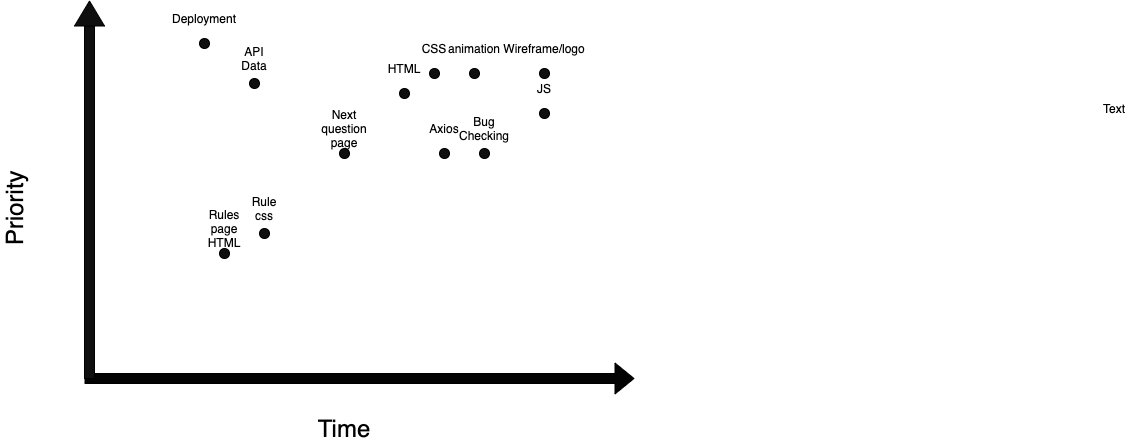
Earlier version of the draw.io export assets/Diagram.png (drachen2299/QUIZ-ard). Source tidied: cells renumbered, new cells last; positions are measured from the earlier drawing's top-left corner, leaving out a move shared by most shapes.
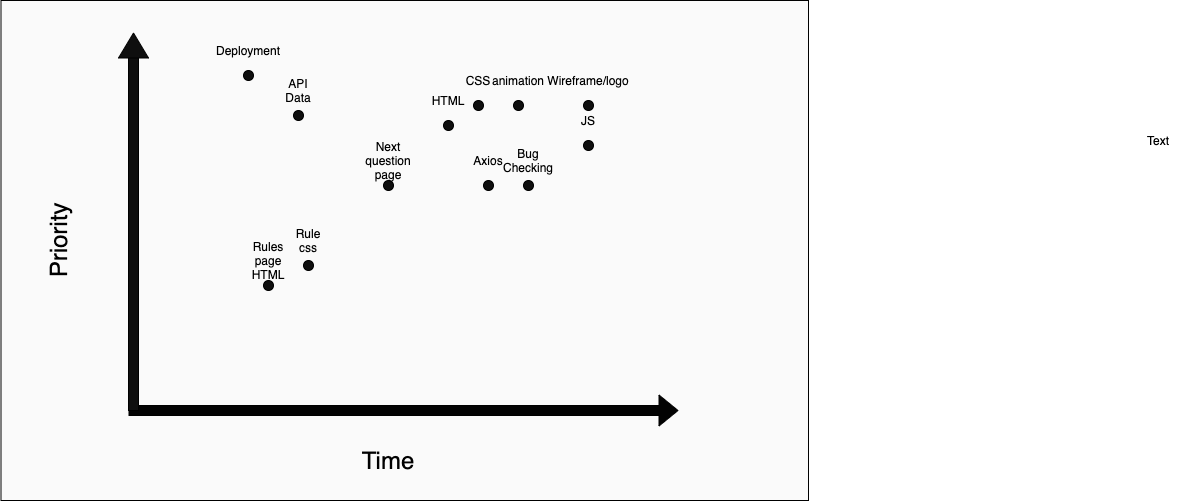
Above is the later version.

Commit message:
priority matrix fix

What changed in the source:
```diff
@@ -2,6 +2,9 @@
   <root>
     <mxCell id="0" />
     <mxCell id="1" parent="0" />
+    <mxCell id="42" style="rounded=0;whiteSpace=wrap;html=1;fillColor=#FAFAFA;" parent="1" vertex="1">
+      <mxGeometry x="-37.5" y="-30" width="807.5" height="500" as="geometry" />
+    </mxCell>
     <mxCell id="2" style="shape=flexArrow;endArrow=classic;html=1;fillColor=#030303;" parent="1" edge="1">
       <mxGeometry relative="1" as="geometry">
         <mxPoint x="90" y="380" as="sourcePoint" />
```
